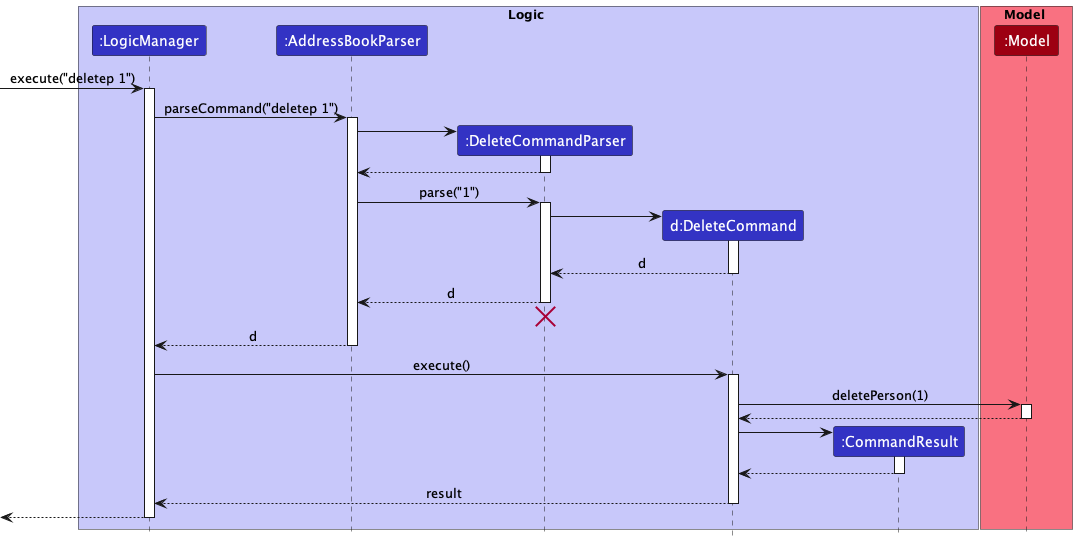
Before: docs/images/DeleteSequenceDiagram.png, a diagram exported from PlantUML (nus-cs2103-AY2223S2/tp).
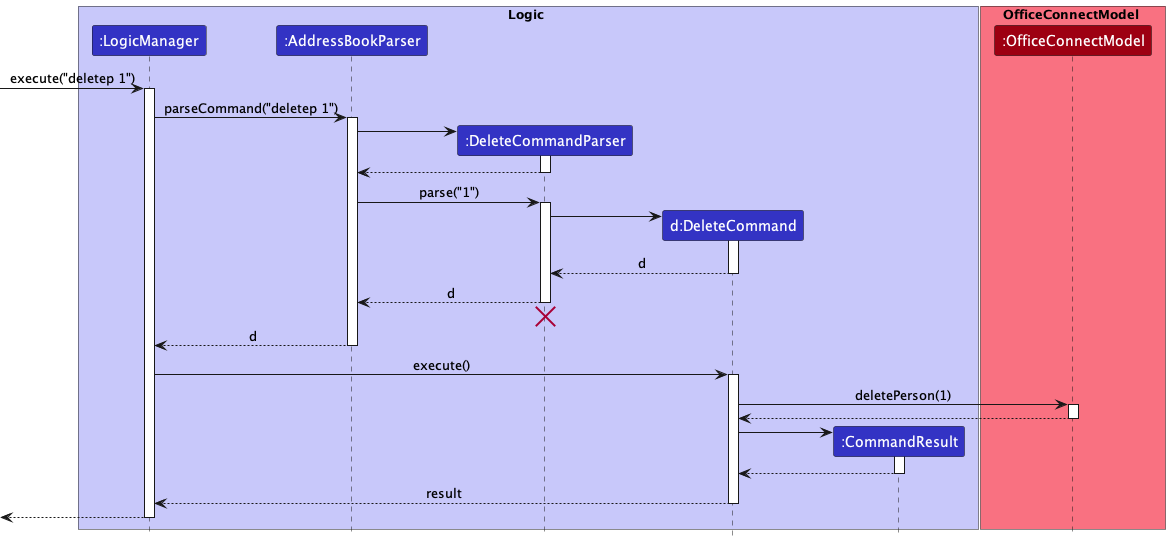
The same diagram one commit later.

What changed in the source:
```diff
@@ -9,8 +9,8 @@
 participant ":CommandResult" as CommandResult LOGIC_COLOR
 end box
 
-box Model MODEL_COLOR_T1
-participant ":Model" as Model MODEL_COLOR
+box OfficeConnectModel MODEL_COLOR_T1
+participant ":OfficeConnectModel" as Model MODEL_COLOR
 end box
 
 [-> LogicManager : execute("deletep 1")
```
